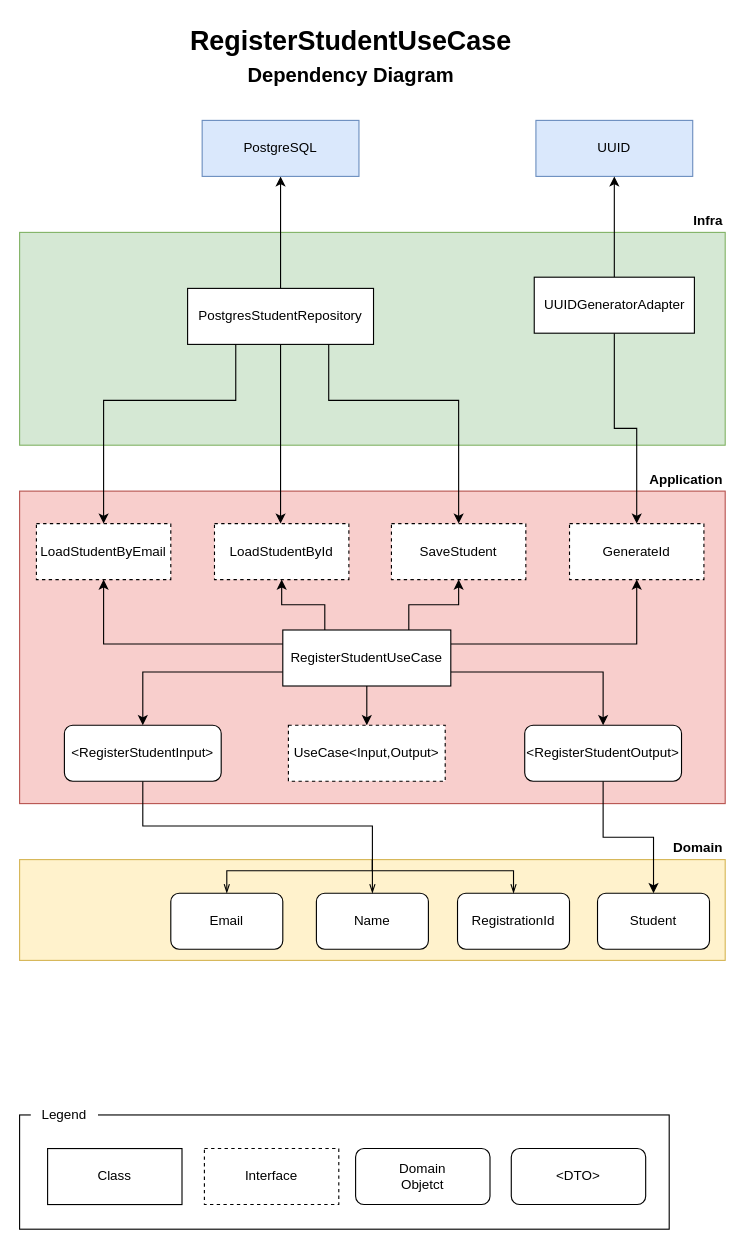
This is page "SignIn" (1 of 2) of pbackend/primeira-avaliacao/docs/register-student.drawio from JosueSerejo/tsc-2026.1, a draw.io file, before an edit. Source tidied: cells renumbered, new cells numbered last; positions are measured from the earlier drawing's top-left corner, leaving out a move shared by most shapes. Both pictures are drawn from the tidied source at 112%, with x=0, y=0 at pixel (19, 19).
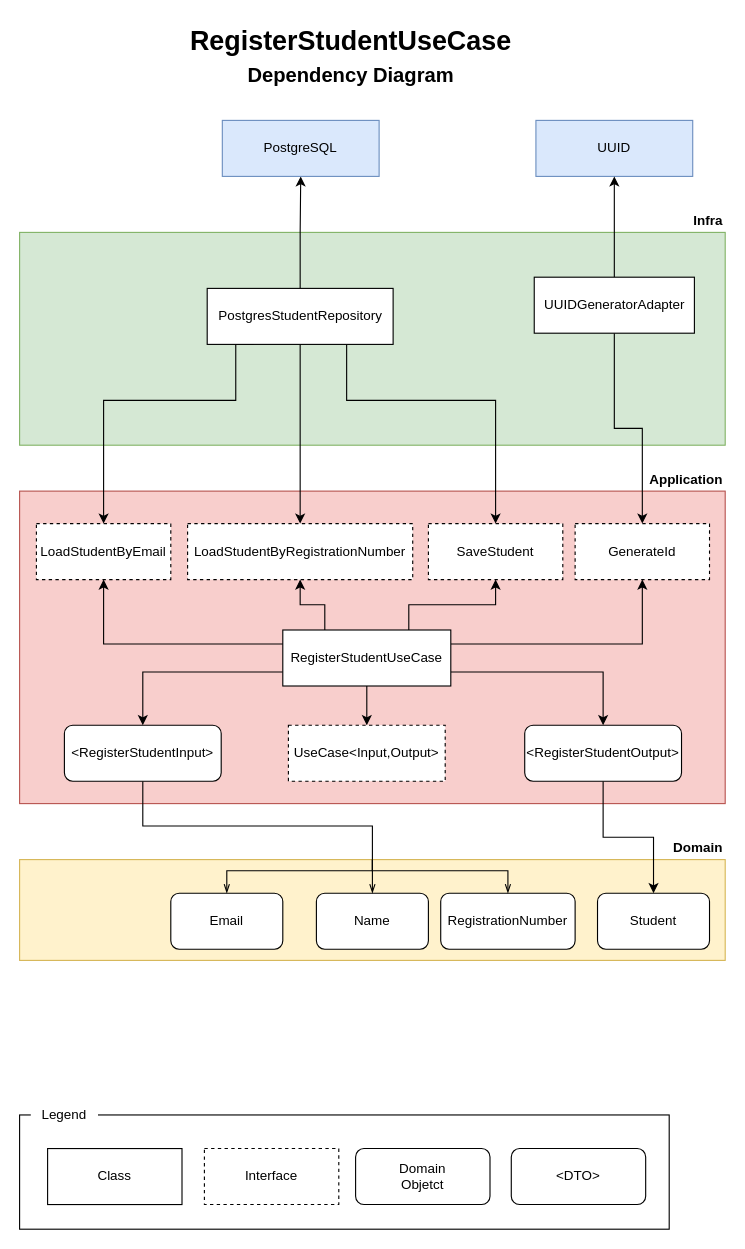
After the change.

The change refers to these unchanged cells:
```xml
<mxCell id="2" style="rounded=0;whiteSpace=wrap;html=1;fillColor=#fff2cc;strokeColor=#d6b656;fontSize=12;" parent="1" vertex="1">
  <mxGeometry y="750" width="630" height="90" as="geometry" />
</mxCell>
```

What changed in the source:
```diff
@@
     <mxCell id="17" value="SaveStudent" style="rounded=0;whiteSpace=wrap;html=1;dashed=1;fontSize=12;" parent="1" vertex="1">
-      <mxGeometry x="332" y="450" width="120" height="50" as="geometry" />
+      <mxGeometry x="365" y="450" width="120" height="50" as="geometry" />
     </mxCell>
@@
     <mxCell id="35" value="PostgreSQL" style="rounded=0;whiteSpace=wrap;html=1;fontSize=12;fillColor=#dae8fc;strokeColor=#6c8ebf;" parent="1" vertex="1">
-      <mxGeometry x="163" y="90" width="140" height="50" as="geometry" />
+      <mxGeometry x="181" y="90" width="140" height="50" as="geometry" />
     </mxCell>
@@
-    <mxCell id="37" value="LoadStudentById" style="rounded=0;whiteSpace=wrap;html=1;dashed=1;fontSize=12;" parent="1" vertex="1">
-      <mxGeometry x="174" y="450" width="120" height="50" as="geometry" />
+    <mxCell id="37" value="LoadStudentByRegistrationNumber" style="rounded=0;whiteSpace=wrap;html=1;dashed=1;fontSize=12;" parent="1" vertex="1">
+      <mxGeometry x="150" y="450" width="201" height="50" as="geometry" />
     </mxCell>
@@
-    <mxCell id="40" style="edgeStyle=orthogonalEdgeStyle;rounded=0;jettySize=auto;html=1;exitX=0.5;exitY=1;exitDx=0;exitDy=0;" parent="1" edge="1" source="42">
-      <mxGeometry relative="1" as="geometry">
-        <mxPoint x="233" y="450" as="targetPoint" />
-      </mxGeometry>
+    <mxCell id="40" style="edgeStyle=orthogonalEdgeStyle;rounded=0;jettySize=auto;html=1;exitX=0.5;exitY=1;exitDx=0;exitDy=0;" parent="1" edge="1" source="42" target="37">
+      <mxGeometry relative="1" as="geometry" />
     </mxCell>
-    <mxCell id="41" style="edgeStyle=orthogonalEdgeStyle;rounded=0;jettySize=auto;html=1;entryX=0.5;entryY=0;entryDx=0;entryDy=0;exitX=0.75;exitY=1;exitDx=0;exitDy=0;" parent="1" edge="1" source="42" target="17">
+    <mxCell id="41" style="edgeStyle=orthogonalEdgeStyle;rounded=0;jettySize=auto;html=1;exitX=0.75;exitY=1;exitDx=0;exitDy=0;" parent="1" edge="1" source="42" target="17">
       <mxGeometry relative="1" as="geometry">
         <Array as="points">
-          <mxPoint x="276" y="340" />
-          <mxPoint x="392" y="340" />
+          <mxPoint x="292" y="340" />
+          <mxPoint x="425" y="340" />
         </Array>
       </mxGeometry>
     </mxCell>
     <mxCell id="42" value="PostgresStudentRepository" style="rounded=0;whiteSpace=wrap;html=1;fontSize=12;" parent="1" vertex="1">
-      <mxGeometry x="150" y="240" width="166" height="50" as="geometry" />
+      <mxGeometry x="167.5" y="240" width="166" height="50" as="geometry" />
     </mxCell>
@@
     <mxCell id="45" value="GenerateId" style="rounded=0;whiteSpace=wrap;html=1;dashed=1;fontSize=12;" parent="1" vertex="1">
-      <mxGeometry x="491" y="450" width="120" height="50" as="geometry" />
+      <mxGeometry x="496" y="450" width="120" height="50" as="geometry" />
     </mxCell>
-    <mxCell id="46" value="RegistrationId" style="rounded=1;whiteSpace=wrap;html=1;" parent="1" vertex="1">
-      <mxGeometry x="391" y="780" width="100" height="50" as="geometry" />
+    <mxCell id="46" value="RegistrationNumber" style="rounded=1;whiteSpace=wrap;html=1;" parent="1" vertex="1">
+      <mxGeometry x="376" y="780" width="120" height="50" as="geometry" />
     </mxCell>
     <mxCell id="47" style="edgeStyle=orthogonalEdgeStyle;rounded=0;jettySize=auto;html=1;strokeColor=default;align=center;verticalAlign=middle;fontFamily=Helvetica;fontSize=11;fontColor=default;labelBackgroundColor=default;endArrow=none;endFill=0;entryX=0.5;entryY=0;entryDx=0;entryDy=0;startArrow=openThin;startFill=0;exitX=0.5;exitY=0;exitDx=0;exitDy=0;" parent="1" edge="1" source="46" target="2">
       <mxGeometry relative="1" as="geometry">
         <Array as="points">
-          <mxPoint x="441" y="760" />
+          <mxPoint x="436" y="760" />
           <mxPoint x="315" y="760" />
         </Array>
       </mxGeometry>
     </mxCell>
```
